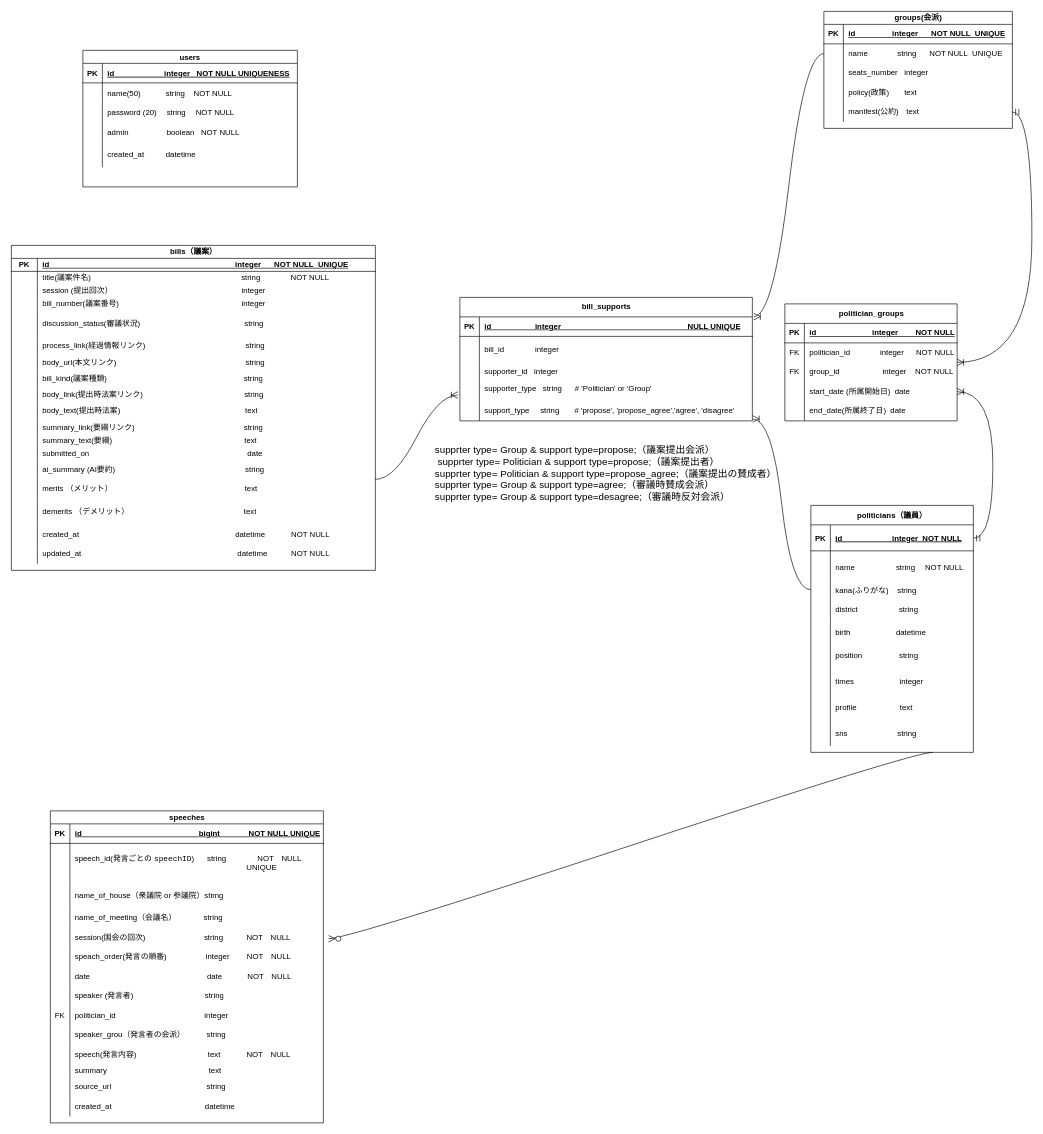
Before: page "Page-1のコピー" (2 of 2) of ER図.drawio in marimari20020711/senkyo_e_go, a draw.io diagram. Source tidied: cells renumbered, new cells numbered last; positions are measured from the earlier drawing's top-left corner, leaving out a move shared by most shapes. Both pictures are drawn from the tidied source at 65%, with x=0, y=0 at pixel (11, -4).
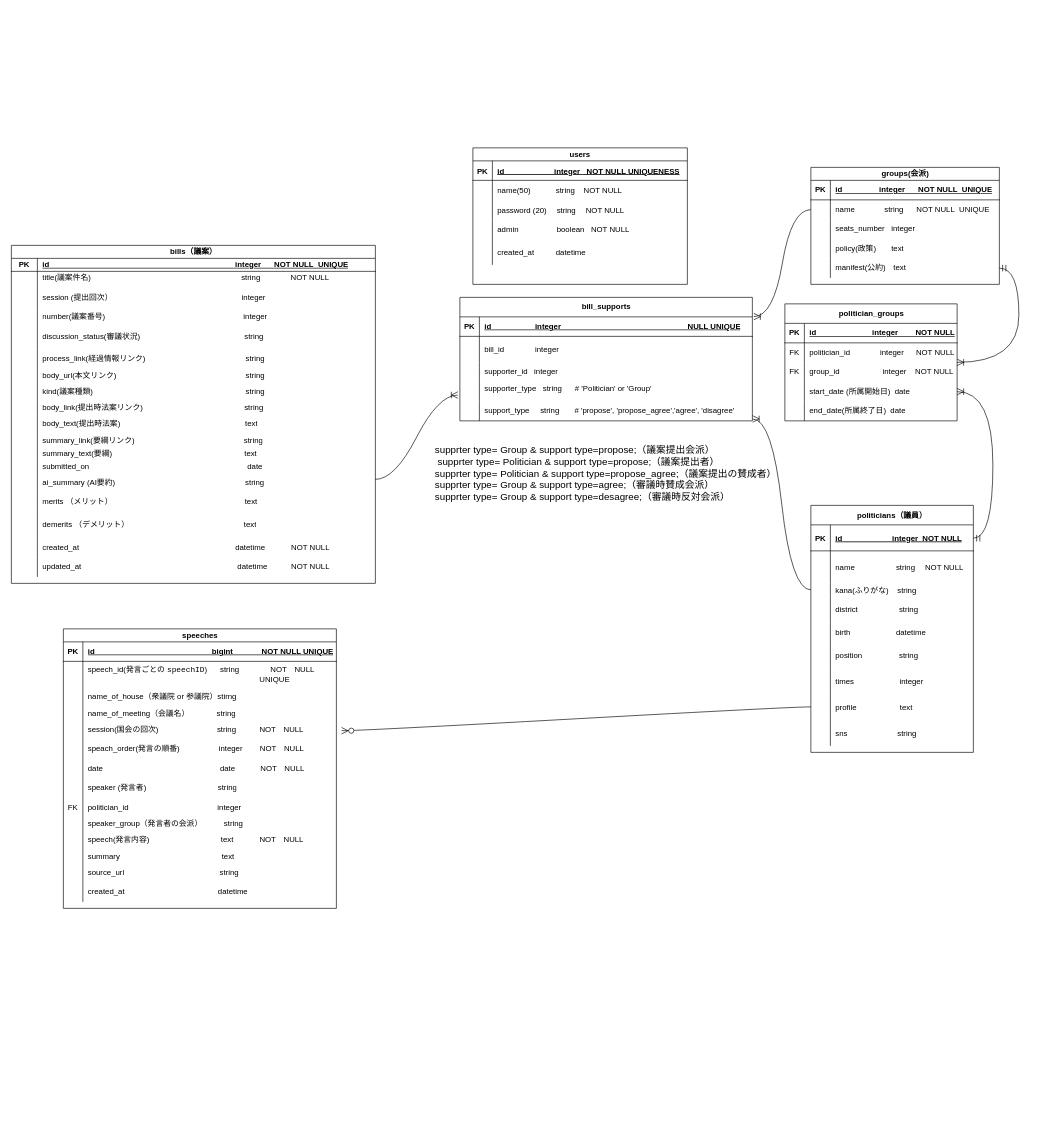
Above is the later version.

Commit message:
ER図.drawio を更新します

The change refers to these unchanged cells:
```xml
<mxCell id="2" value="politicians（議員）" style="shape=table;startSize=30;childLayout=tableLayout;rowLines=0;fontStyle=1;align=center;" parent="1" vertex="1">
  <mxGeometry x="1230" y="783" width="250" height="380" as="geometry" />
</mxCell>
<mxCell id="24" style="shape=partialRectangle;fillColor=none;points=[[0,0.5],[1,0.5]];portConstraint=eastwest;top=0;left=0;right=0;bottom=0;" parent="2" vertex="1">
  <mxGeometry y="290" width="250" height="40" as="geometry" />
</mxCell>
```

The edit, as a diff of the source:
```diff
@@
     <mxCell id="30" value="users" style="shape=table;startSize=20;childLayout=tableLayout;rowLines=0;fontStyle=1;align=center;" parent="1" vertex="1">
-      <mxGeometry x="110" y="83" width="330" height="210" as="geometry" />
+      <mxGeometry x="710" y="233" width="330" height="210" as="geometry" />
     </mxCell>
@@
     <mxCell id="62" value="speeches" style="shape=table;startSize=20;childLayout=tableLayout;rowLines=0;fontStyle=1;align=center;html=1;" parent="1" vertex="1">
-      <mxGeometry x="60" y="1253" width="420" height="480" as="geometry" />
+      <mxGeometry x="80" y="973" width="420" height="430" as="geometry" />
     </mxCell>
@@
     <mxCell id="66" style="shape=tableRow;horizontal=0;startSize=0;swimlaneHead=0;swimlaneBody=0;fillColor=none;top=0;left=0;right=0;bottom=0;" parent="62" vertex="1">
-      <mxGeometry y="50" width="420" height="60" as="geometry" />
+      <mxGeometry y="50" width="420" height="40" as="geometry" />
     </mxCell>
     <mxCell id="67" style="shape=partialRectangle;fillColor=none;top=0;left=0;bottom=0;right=0;overflow=hidden;whiteSpace=wrap;html=1;" parent="66" vertex="1">
-      <mxGeometry width="30" height="60" as="geometry" />
+      <mxGeometry width="30" height="40" as="geometry" />
     </mxCell>
     <mxCell id="68" value="speech_id(発言ごとの&amp;nbsp;&lt;code&gt;speechID&lt;/code&gt;)&amp;nbsp;&amp;nbsp; &amp;nbsp; &amp;nbsp;string　　　　NOT　NULL 　　　　　　　　　　　　　　　　　　　　　　UNIQUE" style="shape=partialRectangle;fillColor=none;top=0;left=0;bottom=0;right=0;align=left;spacingLeft=6;overflow=hidden;whiteSpace=wrap;html=1;" parent="66" vertex="1">
-      <mxGeometry x="30" width="390" height="60" as="geometry" />
+      <mxGeometry x="30" width="390" height="40" as="geometry" />
     </mxCell>
     <mxCell id="69" style="shape=tableRow;horizontal=0;startSize=0;swimlaneHead=0;swimlaneBody=0;fillColor=none;top=0;left=0;right=0;bottom=0;" parent="62" vertex="1">
-      <mxGeometry y="110" width="420" height="40" as="geometry" />
+      <mxGeometry y="90" width="420" height="30" as="geometry" />
     </mxCell>
     <mxCell id="70" style="shape=partialRectangle;fillColor=none;top=0;left=0;bottom=0;right=0;overflow=hidden;whiteSpace=wrap;html=1;" parent="69" vertex="1">
-      <mxGeometry width="30" height="40" as="geometry" />
+      <mxGeometry width="30" height="30" as="geometry" />
     </mxCell>
     <mxCell id="71" value="name_of_house（衆議院 or 参議院）stirng" style="shape=partialRectangle;fillColor=none;top=0;left=0;bottom=0;right=0;align=left;spacingLeft=6;overflow=hidden;whiteSpace=wrap;html=1;" parent="69" vertex="1">
-      <mxGeometry x="30" width="390" height="40" as="geometry" />
+      <mxGeometry x="30" width="390" height="30" as="geometry" />
     </mxCell>
     <mxCell id="72" style="shape=tableRow;horizontal=0;startSize=0;swimlaneHead=0;swimlaneBody=0;fillColor=none;top=0;left=0;right=0;bottom=0;" parent="62" vertex="1">
-      <mxGeometry y="150" width="420" height="30" as="geometry" />
+      <mxGeometry y="120" width="420" height="20" as="geometry" />
     </mxCell>
     <mxCell id="73" style="shape=partialRectangle;fillColor=none;top=0;left=0;bottom=0;right=0;overflow=hidden;whiteSpace=wrap;html=1;" parent="72" vertex="1">
-      <mxGeometry width="30" height="30" as="geometry" />
+      <mxGeometry width="30" height="20" as="geometry" />
     </mxCell>
     <mxCell id="74" value="name_of_meeting（会議名）　　　　string" style="shape=partialRectangle;fillColor=none;top=0;left=0;bottom=0;right=0;align=left;spacingLeft=6;overflow=hidden;whiteSpace=wrap;html=1;" parent="72" vertex="1">
-      <mxGeometry x="30" width="390" height="30" as="geometry" />
+      <mxGeometry x="30" width="390" height="20" as="geometry" />
     </mxCell>
     <mxCell id="75" style="shape=tableRow;horizontal=0;startSize=0;swimlaneHead=0;swimlaneBody=0;fillColor=none;top=0;left=0;right=0;bottom=0;" parent="62" vertex="1">
-      <mxGeometry y="180" width="420" height="30" as="geometry" />
+      <mxGeometry y="140" width="420" height="30" as="geometry" />
     </mxCell>
@@
     <mxCell id="78" style="shape=tableRow;horizontal=0;startSize=0;swimlaneHead=0;swimlaneBody=0;fillColor=none;points=[[0,0.5],[1,0.5]];portConstraint=eastwest;top=0;left=0;right=0;bottom=0;" parent="62" vertex="1">
-      <mxGeometry y="210" width="420" height="30" as="geometry" />
+      <mxGeometry y="170" width="420" height="30" as="geometry" />
     </mxCell>
@@
     <mxCell id="81" style="shape=tableRow;horizontal=0;startSize=0;swimlaneHead=0;swimlaneBody=0;fillColor=none;top=0;left=0;right=0;bottom=0;" parent="62" vertex="1">
-      <mxGeometry y="240" width="420" height="30" as="geometry" />
+      <mxGeometry y="200" width="420" height="30" as="geometry" />
     </mxCell>
@@
     <mxCell id="84" style="shape=tableRow;horizontal=0;startSize=0;swimlaneHead=0;swimlaneBody=0;fillColor=none;top=0;left=0;right=0;bottom=0;" parent="62" vertex="1">
-      <mxGeometry y="270" width="420" height="30" as="geometry" />
+      <mxGeometry y="230" width="420" height="30" as="geometry" />
     </mxCell>
@@
     <mxCell id="87" style="shape=tableRow;horizontal=0;startSize=0;swimlaneHead=0;swimlaneBody=0;fillColor=none;top=0;left=0;right=0;bottom=0;" parent="62" vertex="1">
-      <mxGeometry y="300" width="420" height="30" as="geometry" />
+      <mxGeometry y="260" width="420" height="30" as="geometry" />
     </mxCell>
@@
     <mxCell id="90" style="shape=tableRow;horizontal=0;startSize=0;swimlaneHead=0;swimlaneBody=0;fillColor=none;top=0;left=0;right=0;bottom=0;" parent="62" vertex="1">
-      <mxGeometry y="330" width="420" height="30" as="geometry" />
+      <mxGeometry y="290" width="420" height="20" as="geometry" />
     </mxCell>
     <mxCell id="91" style="shape=partialRectangle;fillColor=none;top=0;left=0;bottom=0;right=0;overflow=hidden;whiteSpace=wrap;html=1;" parent="90" vertex="1">
-      <mxGeometry width="30" height="30" as="geometry" />
+      <mxGeometry width="30" height="20" as="geometry" />
     </mxCell>
-    <mxCell id="92" value="speaker_grou（発言者の会派）&amp;nbsp; &amp;nbsp; &amp;nbsp; &amp;nbsp; &amp;nbsp; string" style="shape=partialRectangle;fillColor=none;top=0;left=0;bottom=0;right=0;align=left;spacingLeft=6;overflow=hidden;whiteSpace=wrap;html=1;" parent="90" vertex="1">
-      <mxGeometry x="30" width="390" height="30" as="geometry" />
+    <mxCell id="92" value="speaker_group（発言者の会派）&amp;nbsp; &amp;nbsp; &amp;nbsp; &amp;nbsp; &amp;nbsp; string" style="shape=partialRectangle;fillColor=none;top=0;left=0;bottom=0;right=0;align=left;spacingLeft=6;overflow=hidden;whiteSpace=wrap;html=1;" parent="90" vertex="1">
+      <mxGeometry x="30" width="390" height="20" as="geometry" />
     </mxCell>
     <mxCell id="93" style="shape=tableRow;horizontal=0;startSize=0;swimlaneHead=0;swimlaneBody=0;fillColor=none;top=0;left=0;right=0;bottom=0;" parent="62" vertex="1">
-      <mxGeometry y="360" width="420" height="30" as="geometry" />
+      <mxGeometry y="310" width="420" height="30" as="geometry" />
     </mxCell>
@@
     <mxCell id="96" style="shape=tableRow;horizontal=0;startSize=0;swimlaneHead=0;swimlaneBody=0;fillColor=none;top=0;left=0;right=0;bottom=0;" parent="62" vertex="1">
-      <mxGeometry y="390" width="420" height="20" as="geometry" />
+      <mxGeometry y="340" width="420" height="20" as="geometry" />
     </mxCell>
@@
     <mxCell id="99" style="shape=tableRow;horizontal=0;startSize=0;swimlaneHead=0;swimlaneBody=0;fillColor=none;top=0;left=0;right=0;bottom=0;" parent="62" vertex="1">
-      <mxGeometry y="410" width="420" height="30" as="geometry" />
+      <mxGeometry y="360" width="420" height="30" as="geometry" />
     </mxCell>
@@
     <mxCell id="102" style="shape=tableRow;horizontal=0;startSize=0;swimlaneHead=0;swimlaneBody=0;fillColor=none;top=0;left=0;right=0;bottom=0;" parent="62" vertex="1">
-      <mxGeometry y="440" width="420" height="30" as="geometry" />
+      <mxGeometry y="390" width="420" height="30" as="geometry" />
     </mxCell>
@@
     <mxCell id="105" value="bills（議案）" style="shape=table;startSize=20;childLayout=tableLayout;rowLines=0;fontStyle=1;align=center;html=1;" parent="1" vertex="1">
-      <mxGeometry y="383" width="560" height="500" as="geometry" />
+      <mxGeometry y="383" width="560" height="520" as="geometry" />
     </mxCell>
@@
     <mxCell id="112" style="shape=tableRow;horizontal=0;startSize=0;swimlaneHead=0;swimlaneBody=0;fillColor=none;top=0;left=0;right=0;bottom=0;" parent="105" vertex="1">
-      <mxGeometry y="60" width="560" height="20" as="geometry" />
+      <mxGeometry y="60" width="560" height="40" as="geometry" />
     </mxCell>
     <mxCell id="113" style="shape=partialRectangle;fillColor=none;top=0;left=0;bottom=0;right=0;overflow=hidden;whiteSpace=wrap;html=1;" parent="112" vertex="1">
-      <mxGeometry width="40" height="20" as="geometry" />
+      <mxGeometry width="40" height="40" as="geometry" />
     </mxCell>
     <mxCell id="114" value="session (提出回次） 　　　　　　&amp;nbsp; &amp;nbsp; &amp;nbsp; &amp;nbsp; &amp;nbsp; &amp;nbsp; &amp;nbsp; &amp;nbsp; &amp;nbsp; &amp;nbsp; &amp;nbsp; &amp;nbsp; &amp;nbsp; &amp;nbsp; &amp;nbsp; &amp;nbsp; &amp;nbsp; &amp;nbsp; &amp;nbsp;integer&amp;nbsp; &amp;nbsp; &amp;nbsp; &amp;nbsp; &amp;nbsp; &amp;nbsp; &amp;nbsp;&amp;nbsp;" style="shape=partialRectangle;fillColor=none;top=0;left=0;bottom=0;right=0;align=left;spacingLeft=6;overflow=hidden;whiteSpace=wrap;html=1;" parent="112" vertex="1">
-      <mxGeometry x="40" width="520" height="20" as="geometry" />
+      <mxGeometry x="40" width="520" height="40" as="geometry" />
     </mxCell>
     <mxCell id="115" style="shape=tableRow;horizontal=0;startSize=0;swimlaneHead=0;swimlaneBody=0;fillColor=none;top=0;left=0;right=0;bottom=0;" parent="105" vertex="1">
-      <mxGeometry y="80" width="560" height="20" as="geometry" />
+      <mxGeometry y="100" width="560" height="20" as="geometry" />
     </mxCell>
@@
-    <mxCell id="117" value="bill_number(議案番号)&amp;nbsp; &amp;nbsp;　&amp;nbsp; &amp;nbsp; &amp;nbsp; &amp;nbsp; &amp;nbsp; &amp;nbsp; &amp;nbsp; &amp;nbsp; &amp;nbsp; &amp;nbsp; &amp;nbsp; &amp;nbsp; &amp;nbsp; &amp;nbsp; &amp;nbsp; &amp;nbsp; &amp;nbsp; &amp;nbsp; &amp;nbsp; &amp;nbsp; &amp;nbsp; &amp;nbsp; &amp;nbsp; &amp;nbsp; &amp;nbsp; integer" style="shape=partialRectangle;fillColor=none;top=0;left=0;bottom=0;right=0;align=left;spacingLeft=6;overflow=hidden;whiteSpace=wrap;html=1;" parent="115" vertex="1">
+    <mxCell id="117" value="number(議案番号)&amp;nbsp; &amp;nbsp;　　　&amp;nbsp; &amp;nbsp; &amp;nbsp; &amp;nbsp; &amp;nbsp; &amp;nbsp; &amp;nbsp; &amp;nbsp; &amp;nbsp; &amp;nbsp; &amp;nbsp; &amp;nbsp; &amp;nbsp; &amp;nbsp; &amp;nbsp; &amp;nbsp; &amp;nbsp; &amp;nbsp; &amp;nbsp; &amp;nbsp; &amp;nbsp; &amp;nbsp; &amp;nbsp; &amp;nbsp; &amp;nbsp; integer" style="shape=partialRectangle;fillColor=none;top=0;left=0;bottom=0;right=0;align=left;spacingLeft=6;overflow=hidden;whiteSpace=wrap;html=1;" parent="115" vertex="1">
       <mxGeometry x="40" width="520" height="20" as="geometry" />
     </mxCell>
     <mxCell id="118" style="shape=tableRow;horizontal=0;startSize=0;swimlaneHead=0;swimlaneBody=0;fillColor=none;top=0;left=0;right=0;bottom=0;" parent="105" vertex="1">
-      <mxGeometry y="100" width="560" height="40" as="geometry" />
+      <mxGeometry y="120" width="560" height="40" as="geometry" />
     </mxCell>
@@
     <mxCell id="121" style="shape=tableRow;horizontal=0;startSize=0;swimlaneHead=0;swimlaneBody=0;fillColor=none;top=0;left=0;right=0;bottom=0;" parent="105" vertex="1">
-      <mxGeometry y="140" width="560" height="30" as="geometry" />
+      <mxGeometry y="160" width="560" height="30" as="geometry" />
     </mxCell>
@@
     <mxCell id="124" style="shape=tableRow;horizontal=0;startSize=0;swimlaneHead=0;swimlaneBody=0;fillColor=none;top=0;left=0;right=0;bottom=0;" parent="105" vertex="1">
-      <mxGeometry y="170" width="560" height="20" as="geometry" />
+      <mxGeometry y="190" width="560" height="20" as="geometry" />
     </mxCell>
@@
     <mxCell id="127" style="shape=tableRow;horizontal=0;startSize=0;swimlaneHead=0;swimlaneBody=0;fillColor=none;top=0;left=0;right=0;bottom=0;" parent="105" vertex="1">
-      <mxGeometry y="190" width="560" height="30" as="geometry" />
+      <mxGeometry y="210" width="560" height="30" as="geometry" />
     </mxCell>
@@
-    <mxCell id="129" value="bill_kind(議案種類)　　　　　　　&amp;nbsp; &amp;nbsp; &amp;nbsp; &amp;nbsp; &amp;nbsp; &amp;nbsp; &amp;nbsp; &amp;nbsp; &amp;nbsp; &amp;nbsp; &amp;nbsp; &amp;nbsp; &amp;nbsp; &amp;nbsp; &amp;nbsp; &amp;nbsp; &amp;nbsp; &amp;nbsp; &amp;nbsp; string" style="shape=partialRectangle;fillColor=none;top=0;left=0;bottom=0;right=0;align=left;spacingLeft=6;overflow=hidden;whiteSpace=wrap;html=1;" parent="127" vertex="1">
+    <mxCell id="129" value="kind(議案種類)　　　　　　　&amp;nbsp; &amp;nbsp; &amp;nbsp; &amp;nbsp; &amp;nbsp; &amp;nbsp; 　　&amp;nbsp; &amp;nbsp; &amp;nbsp; &amp;nbsp; &amp;nbsp; &amp;nbsp; &amp;nbsp; &amp;nbsp; &amp;nbsp; &amp;nbsp; &amp;nbsp; &amp;nbsp; &amp;nbsp; string" style="shape=partialRectangle;fillColor=none;top=0;left=0;bottom=0;right=0;align=left;spacingLeft=6;overflow=hidden;whiteSpace=wrap;html=1;" parent="127" vertex="1">
       <mxGeometry x="40" width="520" height="30" as="geometry" />
     </mxCell>
     <mxCell id="130" style="shape=tableRow;horizontal=0;startSize=0;swimlaneHead=0;swimlaneBody=0;fillColor=none;top=0;left=0;right=0;bottom=0;" parent="105" vertex="1">
-      <mxGeometry y="220" width="560" height="20" as="geometry" />
+      <mxGeometry y="240" width="560" height="20" as="geometry" />
     </mxCell>
@@
     <mxCell id="133" style="shape=tableRow;horizontal=0;startSize=0;swimlaneHead=0;swimlaneBody=0;fillColor=none;top=0;left=0;right=0;bottom=0;" parent="105" vertex="1">
-      <mxGeometry y="240" width="560" height="30" as="geometry" />
+      <mxGeometry y="260" width="560" height="30" as="geometry" />
     </mxCell>
@@
     <mxCell id="136" style="shape=tableRow;horizontal=0;startSize=0;swimlaneHead=0;swimlaneBody=0;fillColor=none;top=0;left=0;right=0;bottom=0;" parent="105" vertex="1">
-      <mxGeometry y="270" width="560" height="20" as="geometry" />
+      <mxGeometry y="290" width="560" height="20" as="geometry" />
     </mxCell>
@@
     <mxCell id="139" style="shape=tableRow;horizontal=0;startSize=0;swimlaneHead=0;swimlaneBody=0;fillColor=none;top=0;left=0;right=0;bottom=0;" parent="105" vertex="1">
-      <mxGeometry y="290" width="560" height="20" as="geometry" />
+      <mxGeometry y="310" width="560" height="20" as="geometry" />
     </mxCell>
@@
     <mxCell id="142" style="shape=tableRow;horizontal=0;startSize=0;swimlaneHead=0;swimlaneBody=0;fillColor=none;top=0;left=0;right=0;bottom=0;" parent="105" vertex="1">
-      <mxGeometry y="310" width="560" height="20" as="geometry" />
+      <mxGeometry y="330" width="560" height="20" as="geometry" />
     </mxCell>
@@
     <mxCell id="145" style="shape=tableRow;horizontal=0;startSize=0;swimlaneHead=0;swimlaneBody=0;fillColor=none;top=0;left=0;right=0;bottom=0;" parent="105" vertex="1">
-      <mxGeometry y="330" width="560" height="30" as="geometry" />
+      <mxGeometry y="350" width="560" height="30" as="geometry" />
     </mxCell>
@@
     <mxCell id="148" style="shape=tableRow;horizontal=0;startSize=0;swimlaneHead=0;swimlaneBody=0;fillColor=none;top=0;left=0;right=0;bottom=0;" parent="105" vertex="1">
-      <mxGeometry y="360" width="560" height="30" as="geometry" />
+      <mxGeometry y="380" width="560" height="30" as="geometry" />
     </mxCell>
@@
     <mxCell id="151" style="shape=tableRow;horizontal=0;startSize=0;swimlaneHead=0;swimlaneBody=0;fillColor=none;top=0;left=0;right=0;bottom=0;" parent="105" vertex="1">
-      <mxGeometry y="390" width="560" height="40" as="geometry" />
+      <mxGeometry y="410" width="560" height="40" as="geometry" />
     </mxCell>
@@
     <mxCell id="154" style="shape=tableRow;horizontal=0;startSize=0;swimlaneHead=0;swimlaneBody=0;fillColor=none;top=0;left=0;right=0;bottom=0;" parent="105" vertex="1">
-      <mxGeometry y="430" width="560" height="30" as="geometry" />
+      <mxGeometry y="450" width="560" height="30" as="geometry" />
     </mxCell>
@@
     <mxCell id="157" style="shape=tableRow;horizontal=0;startSize=0;swimlaneHead=0;swimlaneBody=0;fillColor=none;top=0;left=0;right=0;bottom=0;" parent="105" vertex="1">
-      <mxGeometry y="460" width="560" height="30" as="geometry" />
+      <mxGeometry y="480" width="560" height="30" as="geometry" />
     </mxCell>
@@
-    <mxCell id="165" style="edgeStyle=entityRelationEdgeStyle;fontSize=12;html=1;endArrow=ERzeroToMany;endFill=1;rounded=0;startSize=8;endSize=8;curved=1;entryX=1.019;entryY=-0.444;entryDx=0;entryDy=0;entryPerimeter=0;exitX=0.75;exitY=1;exitDx=0;exitDy=0;" parent="1" edge="1" source="2" target="78">
+    <mxCell id="165" style="edgeStyle=entityRelationEdgeStyle;fontSize=12;html=1;endArrow=ERzeroToMany;endFill=1;rounded=0;startSize=8;endSize=8;curved=1;entryX=1.019;entryY=-0.444;entryDx=0;entryDy=0;entryPerimeter=0;" parent="1" edge="1" source="24" target="78">
       <mxGeometry relative="1" as="geometry">
         <Array as="points">
           <mxPoint x="1420" y="1103" />
         </Array>
       </mxGeometry>
     </mxCell>
     <mxCell id="166" value="groups(会派)" style="shape=table;startSize=20;childLayout=tableLayout;rowLines=0;fontStyle=1;align=center;html=1;" parent="1" vertex="1">
-      <mxGeometry x="1250" y="23" width="290" height="180" as="geometry" />
+      <mxGeometry x="1230" y="263" width="290" height="180" as="geometry" />
     </mxCell>
```
